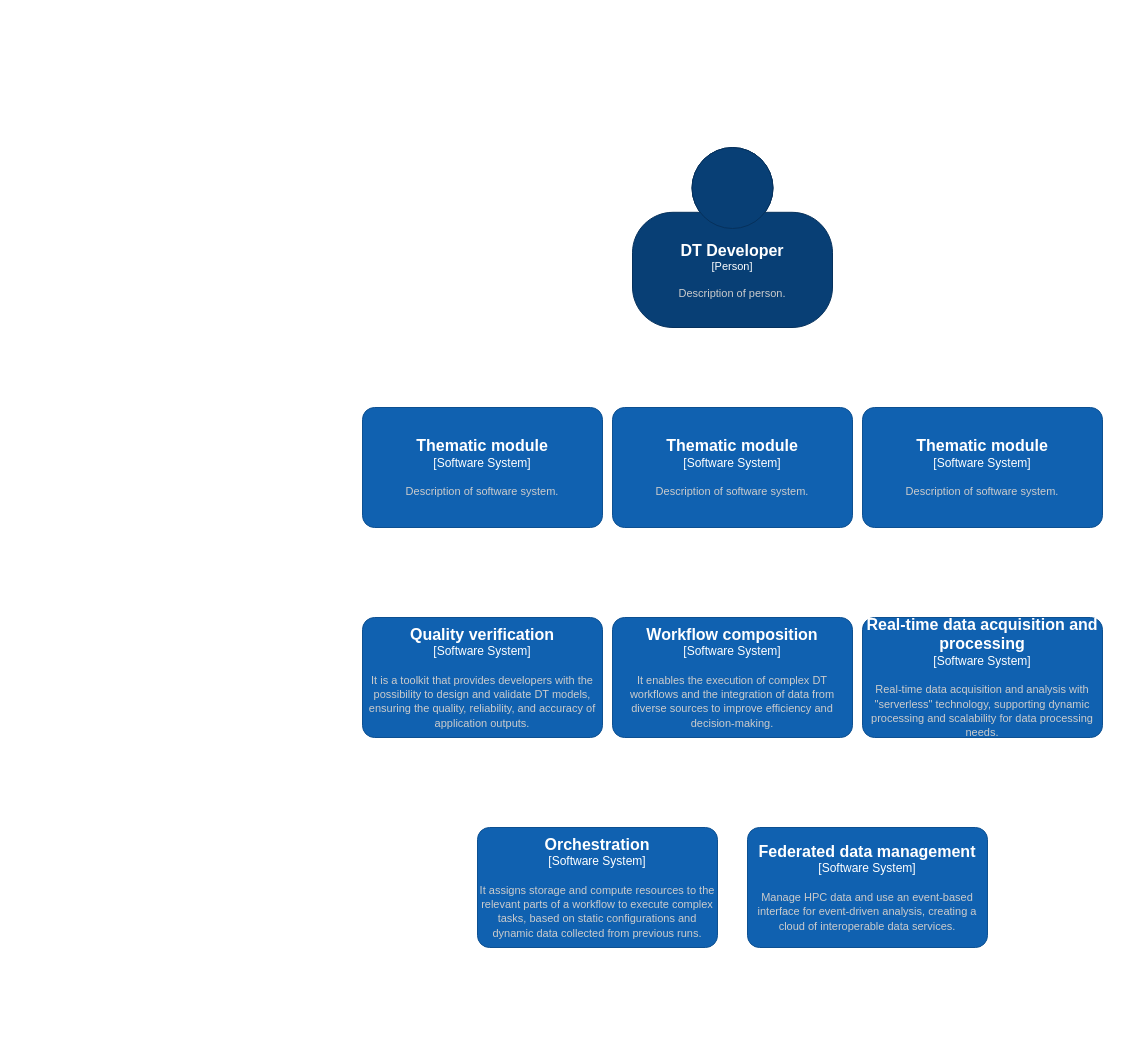
The draw.io diagram page "Proposal" (2 of 4) of DTE/drawio/DTE.drawio in interTwin-eu/architecture-diagrams, before the edit. Source tidied: cells renumbered, new cells numbered last; positions are measured from the earlier drawing's top-left corner, leaving out a move shared by most shapes. Both pictures are drawn from the tidied source at 100%, with x=0, y=0 at pixel (362, 147).
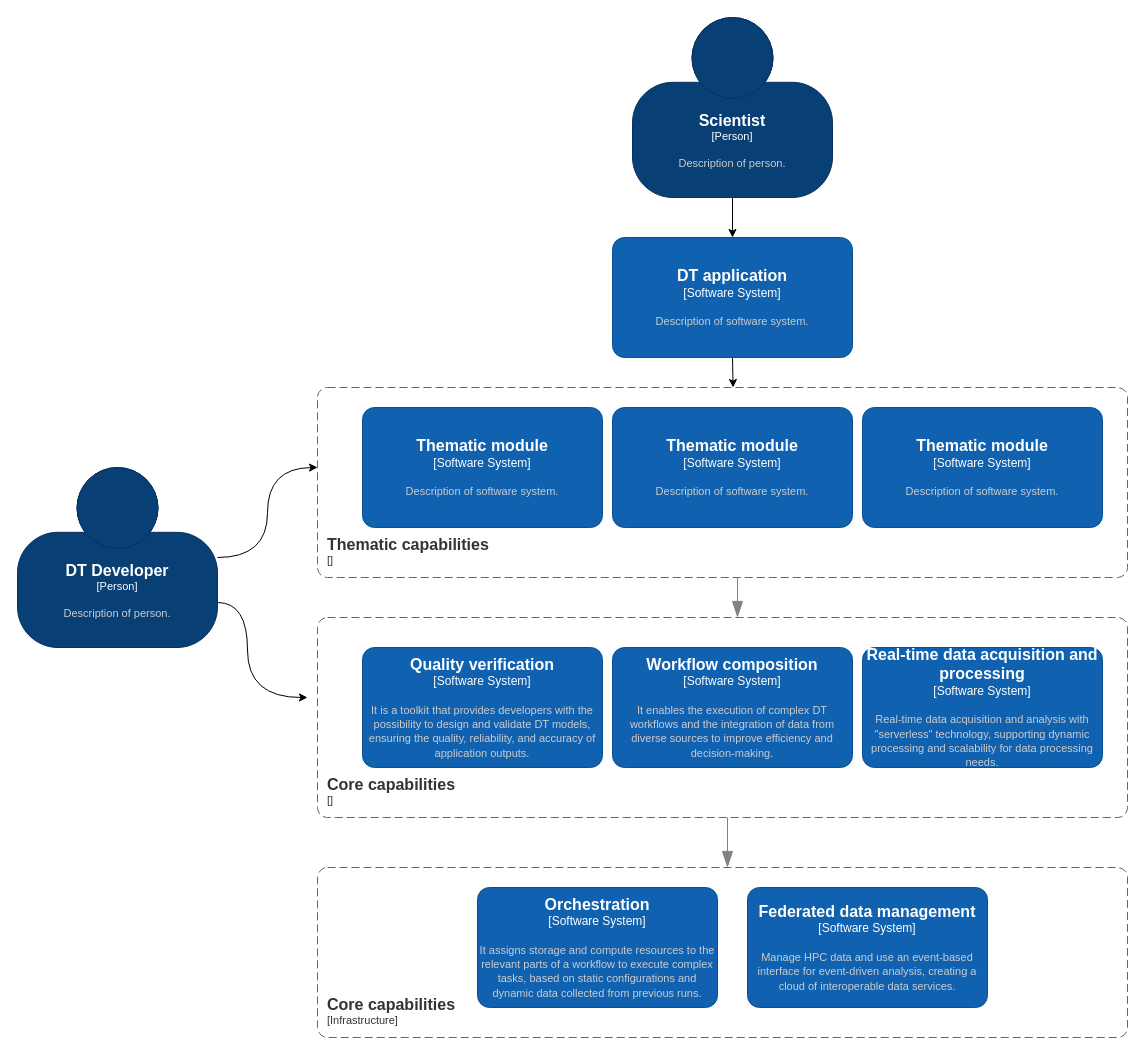
The same page after the edit.

Change to the diagram source:
```diff
@@
+    <mxCell id="11" style="edgeStyle=orthogonalEdgeStyle;html=1;exitX=1;exitY=0.5;exitDx=0;exitDy=0;exitPerimeter=0;curved=1;" parent="1" edge="1" source="5">
+      <mxGeometry relative="1" as="geometry">
+        <mxPoint x="-45" y="320" as="targetPoint" />
+      </mxGeometry>
+    </mxCell>
+    <mxCell id="12" style="edgeStyle=orthogonalEdgeStyle;curved=1;html=1;exitX=1;exitY=0.75;exitDx=0;exitDy=0;exitPerimeter=0;" parent="1" edge="1" source="5">
+      <mxGeometry relative="1" as="geometry">
+        <mxPoint x="-55" y="550" as="targetPoint" />
+        <Array as="points">
+          <mxPoint x="-115" y="455" />
+          <mxPoint x="-115" y="550" />
+        </Array>
+      </mxGeometry>
+    </mxCell>
     <object id="5" label="&lt;font style=&quot;font-size: 16px&quot;&gt;&lt;b&gt;%c4Name%&lt;/b&gt;&lt;/font&gt;&lt;div&gt;[%c4Type%]&lt;/div&gt;&lt;br&gt;&lt;div&gt;&lt;font style=&quot;font-size: 11px&quot;&gt;&lt;font color=&quot;#cccccc&quot;&gt;%c4Description%&lt;/font&gt;&lt;/div&gt;" c4Description="Description of person." c4Name="DT Developer" c4Type="Person" placeholders="1">
       <mxCell style="html=1;fontSize=11;dashed=0;whiteSpace=wrap;fillColor=#083F75;strokeColor=#06315C;fontColor=#ffffff;shape=mxgraph.c4.person2;align=center;points=[[0.5,0,0],[1,0.5,0],[1,0.75,0],[0.75,1,0],[0.5,1,0],[0.25,1,0],[0,0.75,0],[0,0.5,0]];" parent="1" vertex="1">
-        <mxGeometry x="270" width="200" height="180" as="geometry" />
+        <mxGeometry x="-345" y="320" width="200" height="180" as="geometry" />
       </mxCell>
     </object>
+    <mxCell id="13" style="edgeStyle=none;html=1;exitX=0.5;exitY=1;exitDx=0;exitDy=0;exitPerimeter=0;entryX=0.5;entryY=0;entryDx=0;entryDy=0;entryPerimeter=0;" parent="1" edge="1" source="14" target="16">
+      <mxGeometry relative="1" as="geometry" />
+    </mxCell>
+    <object id="14" label="&lt;font style=&quot;font-size: 16px&quot;&gt;&lt;b&gt;%c4Name%&lt;/b&gt;&lt;/font&gt;&lt;div&gt;[%c4Type%]&lt;/div&gt;&lt;br&gt;&lt;div&gt;&lt;font style=&quot;font-size: 11px&quot;&gt;&lt;font color=&quot;#cccccc&quot;&gt;%c4Description%&lt;/font&gt;&lt;/div&gt;" c4Description="Description of person." c4Name="Scientist" c4Type="Person" placeholders="1">
+      <mxCell style="html=1;fontSize=11;dashed=0;whiteSpace=wrap;fillColor=#083F75;strokeColor=#06315C;fontColor=#ffffff;shape=mxgraph.c4.person2;align=center;points=[[0.5,0,0],[1,0.5,0],[1,0.75,0],[0.75,1,0],[0.5,1,0],[0.25,1,0],[0,0.75,0],[0,0.5,0]];" parent="1" vertex="1">
+        <mxGeometry x="270" y="-130" width="200" height="180" as="geometry" />
+      </mxCell>
+    </object>
+    <mxCell id="15" style="edgeStyle=none;html=1;exitX=0.5;exitY=1;exitDx=0;exitDy=0;exitPerimeter=0;" parent="1" edge="1" source="16">
+      <mxGeometry relative="1" as="geometry">
+        <mxPoint x="370.6" y="240" as="targetPoint" />
+      </mxGeometry>
+    </mxCell>
+    <object id="16" label="&lt;font style=&quot;font-size: 16px&quot;&gt;&lt;b&gt;%c4Name%&lt;/b&gt;&lt;/font&gt;&lt;div&gt;[%c4Type%]&lt;/div&gt;&lt;br&gt;&lt;div&gt;&lt;font style=&quot;font-size: 11px&quot;&gt;&lt;font color=&quot;#cccccc&quot;&gt;%c4Description%&lt;/font&gt;&lt;/div&gt;" c4Description="Description of software system." c4Name="DT application" c4Type="Software System" placeholders="1">
+      <mxCell style="rounded=1;whiteSpace=wrap;html=1;labelBackgroundColor=none;fillColor=#1061B0;fontColor=#ffffff;align=center;arcSize=10;strokeColor=#0D5091;points=[[0.25,0,0],[0.5,0,0],[0.75,0,0],[1,0.25,0],[1,0.5,0],[1,0.75,0],[0.75,1,0],[0.5,1,0],[0.25,1,0],[0,0.75,0],[0,0.5,0],[0,0.25,0]];" parent="1" vertex="1">
+        <mxGeometry x="250" y="90" width="240" height="120" as="geometry" />
+      </mxCell>
+    </object>
+    <object id="17" label="&lt;font style=&quot;font-size: 16px&quot;&gt;&lt;b&gt;&lt;div style=&quot;text-align: left&quot;&gt;%c4Name%&lt;/div&gt;&lt;/b&gt;&lt;/font&gt;&lt;div style=&quot;text-align: left&quot;&gt;[%c4Application%]&lt;/div&gt;" c4Application="" c4Name="Thematic capabilities" placeholders="1">
+      <mxCell style="rounded=1;fontSize=11;whiteSpace=wrap;html=1;dashed=1;arcSize=20;fillColor=none;strokeColor=#666666;fontColor=#333333;labelBackgroundColor=none;align=left;verticalAlign=bottom;labelBorderColor=none;spacingTop=0;spacing=10;dashPattern=8 4;perimeter=rectanglePerimeter;noLabel=0;labelPadding=0;absoluteArcSize=1;" parent="1" vertex="1">
+        <mxGeometry x="-45" y="240" width="810" height="190" as="geometry" />
+      </mxCell>
+    </object>
+    <mxCell id="18" style="endArrow=blockThin;html=1;fontSize=10;fontColor=#404040;strokeWidth=1;endFill=1;strokeColor=#828282;elbow=vertical;endSize=14;startSize=14;jumpStyle=arc;jumpSize=16;rounded=0;edgeStyle=orthogonalEdgeStyle;" parent="1" edge="1">
+      <mxGeometry relative="1" as="geometry">
+        <mxPoint x="375" y="430" as="sourcePoint" />
+        <mxPoint x="375" y="470" as="targetPoint" />
+      </mxGeometry>
+    </mxCell>
+    <mxCell id="19" style="endArrow=blockThin;html=1;fontSize=10;fontColor=#404040;strokeWidth=1;endFill=1;strokeColor=#828282;elbow=vertical;endSize=14;startSize=14;jumpStyle=arc;jumpSize=16;rounded=0;edgeStyle=orthogonalEdgeStyle;" parent="1" edge="1">
+      <mxGeometry relative="1" as="geometry">
+        <mxPoint x="365" y="670" as="sourcePoint" />
+        <mxPoint x="365" y="720" as="targetPoint" />
+      </mxGeometry>
+    </mxCell>
+    <mxCell id="20" style="group;" parent="1" vertex="1">
+      <mxGeometry x="-45" y="720" width="810" height="170" as="geometry" />
+    </mxCell>
+    <object id="9" label="&lt;font style=&quot;font-size: 16px&quot;&gt;&lt;b&gt;%c4Name%&lt;/b&gt;&lt;/font&gt;&lt;div&gt;[%c4Type%]&lt;/div&gt;&lt;br&gt;&lt;div&gt;&lt;font style=&quot;font-size: 11px&quot;&gt;&lt;font color=&quot;#cccccc&quot;&gt;%c4Description%&lt;/font&gt;&lt;/div&gt;" c4Description="It assigns storage and compute resources to the relevant parts of a workflow to execute complex tasks, based on static configurations and dynamic data collected from previous runs." c4Name="Orchestration" c4Type="Software System" placeholders="1">
+      <mxCell style="rounded=1;whiteSpace=wrap;html=1;labelBackgroundColor=none;fillColor=#1061B0;fontColor=#ffffff;align=center;arcSize=10;strokeColor=#0D5091;" parent="20" vertex="1">
+        <mxGeometry x="160" y="20" width="240" height="120" as="geometry" />
+      </mxCell>
+    </object>
+    <object id="10" label="&lt;font style=&quot;font-size: 16px&quot;&gt;&lt;b&gt;%c4Name%&lt;/b&gt;&lt;/font&gt;&lt;div&gt;[%c4Type%]&lt;/div&gt;&lt;br&gt;&lt;div&gt;&lt;font style=&quot;font-size: 11px&quot;&gt;&lt;font color=&quot;#cccccc&quot;&gt;%c4Description%&lt;/font&gt;&lt;/div&gt;" c4Description="Manage HPC data and use an event-based interface for event-driven analysis, creating a cloud of interoperable data services." c4Name="Federated data management" c4Type="Software System" placeholders="1">
+      <mxCell style="rounded=1;whiteSpace=wrap;html=1;labelBackgroundColor=none;fillColor=#1061B0;fontColor=#ffffff;align=center;arcSize=10;strokeColor=#0D5091;" parent="20" vertex="1">
+        <mxGeometry x="430" y="20" width="240" height="120" as="geometry" />
+      </mxCell>
+    </object>
+    <object id="21" label="&lt;font style=&quot;font-size: 16px&quot;&gt;&lt;b&gt;&lt;div style=&quot;text-align: left&quot;&gt;%c4Name%&lt;/div&gt;&lt;/b&gt;&lt;/font&gt;&lt;div style=&quot;text-align: left&quot;&gt;[%c4Application%]&lt;/div&gt;" c4Application="Infrastructure" c4Name="Core capabilities" placeholders="1">
+      <mxCell style="rounded=1;fontSize=11;whiteSpace=wrap;html=1;dashed=1;arcSize=20;fillColor=none;strokeColor=#666666;fontColor=#333333;labelBackgroundColor=none;align=left;verticalAlign=bottom;labelBorderColor=none;spacingTop=0;spacing=10;dashPattern=8 4;perimeter=rectanglePerimeter;noLabel=0;labelPadding=0;absoluteArcSize=1;" parent="20" vertex="1">
+        <mxGeometry width="810" height="170" as="geometry" />
+      </mxCell>
+    </object>
+    <mxCell id="22" style="group;" parent="1" vertex="1">
+      <mxGeometry x="-45" y="470" width="810" height="200" as="geometry" />
+    </mxCell>
     <object id="6" label="&lt;font style=&quot;font-size: 16px&quot;&gt;&lt;b&gt;%c4Name%&lt;/b&gt;&lt;/font&gt;&lt;div&gt;[%c4Type%]&lt;/div&gt;&lt;br&gt;&lt;div&gt;&lt;font style=&quot;font-size: 11px&quot;&gt;&lt;font color=&quot;#cccccc&quot;&gt;%c4Description%&lt;/font&gt;&lt;/div&gt;" c4Description="It is a toolkit that provides developers with the possibility to design and validate DT models, ensuring the quality, reliability, and accuracy of application outputs." c4Name="Quality verification" c4Type="Software System" placeholders="1">
-      <mxCell style="rounded=1;whiteSpace=wrap;html=1;labelBackgroundColor=none;fillColor=#1061B0;fontColor=#ffffff;align=center;arcSize=10;strokeColor=#0D5091;" parent="1" vertex="1">
-        <mxGeometry y="470" width="240" height="120" as="geometry" />
+      <mxCell style="rounded=1;whiteSpace=wrap;html=1;labelBackgroundColor=none;fillColor=#1061B0;fontColor=#ffffff;align=center;arcSize=10;strokeColor=#0D5091;" parent="22" vertex="1">
+        <mxGeometry x="45" y="30" width="240" height="120" as="geometry" />
       </mxCell>
     </object>
     <object id="7" label="&lt;font style=&quot;font-size: 16px&quot;&gt;&lt;b&gt;%c4Name%&lt;/b&gt;&lt;/font&gt;&lt;div&gt;[%c4Type%]&lt;/div&gt;&lt;br&gt;&lt;div&gt;&lt;font style=&quot;font-size: 11px&quot;&gt;&lt;font color=&quot;#cccccc&quot;&gt;%c4Description%&lt;/font&gt;&lt;/div&gt;" c4Description="It enables the execution of complex DT workflows and the integration of data from diverse sources to improve efficiency and decision-making." c4Name="Workflow composition" c4Type="Software System" placeholders="1">
-      <mxCell style="rounded=1;whiteSpace=wrap;html=1;labelBackgroundColor=none;fillColor=#1061B0;fontColor=#ffffff;align=center;arcSize=10;strokeColor=#0D5091;" parent="1" vertex="1">
-        <mxGeometry x="250" y="470" width="240" height="120" as="geometry" />
+      <mxCell style="rounded=1;whiteSpace=wrap;html=1;labelBackgroundColor=none;fillColor=#1061B0;fontColor=#ffffff;align=center;arcSize=10;strokeColor=#0D5091;" parent="22" vertex="1">
+        <mxGeometry x="295" y="30" width="240" height="120" as="geometry" />
       </mxCell>
     </object>
     <object id="8" label="&lt;font style=&quot;font-size: 16px&quot;&gt;&lt;b&gt;%c4Name%&lt;/b&gt;&lt;/font&gt;&lt;div&gt;[%c4Type%]&lt;/div&gt;&lt;br&gt;&lt;div&gt;&lt;font style=&quot;font-size: 11px&quot;&gt;&lt;font color=&quot;#cccccc&quot;&gt;%c4Description%&lt;/font&gt;&lt;/div&gt;" c4Description="Real-time data acquisition and analysis with &quot;serverless&quot; technology, supporting dynamic processing and scalability for data processing needs." c4Name="Real-time data acquisition and processing" c4Type="Software System" placeholders="1">
-      <mxCell style="rounded=1;whiteSpace=wrap;html=1;labelBackgroundColor=none;fillColor=#1061B0;fontColor=#ffffff;align=center;arcSize=10;strokeColor=#0D5091;" parent="1" vertex="1">
-        <mxGeometry x="500" y="470" width="240" height="120" as="geometry" />
+      <mxCell style="rounded=1;whiteSpace=wrap;html=1;labelBackgroundColor=none;fillColor=#1061B0;fontColor=#ffffff;align=center;arcSize=10;strokeColor=#0D5091;" parent="22" vertex="1">
+        <mxGeometry x="545" y="30" width="240" height="120" as="geometry" />
       </mxCell>
     </object>
-    <object id="9" label="&lt;font style=&quot;font-size: 16px&quot;&gt;&lt;b&gt;%c4Name%&lt;/b&gt;&lt;/font&gt;&lt;div&gt;[%c4Type%]&lt;/div&gt;&lt;br&gt;&lt;div&gt;&lt;font style=&quot;font-size: 11px&quot;&gt;&lt;font color=&quot;#cccccc&quot;&gt;%c4Description%&lt;/font&gt;&lt;/div&gt;" c4Description="It assigns storage and compute resources to the relevant parts of a workflow to execute complex tasks, based on static configurations and dynamic data collected from previous runs." c4Name="Orchestration" c4Type="Software System" placeholders="1">
-      <mxCell style="rounded=1;whiteSpace=wrap;html=1;labelBackgroundColor=none;fillColor=#1061B0;fontColor=#ffffff;align=center;arcSize=10;strokeColor=#0D5091;" parent="1" vertex="1">
-        <mxGeometry x="115" y="680" width="240" height="120" as="geometry" />
-      </mxCell>
-    </object>
-    <object id="10" label="&lt;font style=&quot;font-size: 16px&quot;&gt;&lt;b&gt;%c4Name%&lt;/b&gt;&lt;/font&gt;&lt;div&gt;[%c4Type%]&lt;/div&gt;&lt;br&gt;&lt;div&gt;&lt;font style=&quot;font-size: 11px&quot;&gt;&lt;font color=&quot;#cccccc&quot;&gt;%c4Description%&lt;/font&gt;&lt;/div&gt;" c4Description="Manage HPC data and use an event-based interface for event-driven analysis, creating a cloud of interoperable data services." c4Name="Federated data management" c4Type="Software System" placeholders="1">
-      <mxCell style="rounded=1;whiteSpace=wrap;html=1;labelBackgroundColor=none;fillColor=#1061B0;fontColor=#ffffff;align=center;arcSize=10;strokeColor=#0D5091;" parent="1" vertex="1">
-        <mxGeometry x="385" y="680" width="240" height="120" as="geometry" />
-      </mxCell>
-    </object>
+    <object id="23" label="&lt;font style=&quot;font-size: 16px&quot;&gt;&lt;b&gt;&lt;div style=&quot;text-align: left&quot;&gt;%c4Name%&lt;/div&gt;&lt;/b&gt;&lt;/font&gt;&lt;div style=&quot;text-align: left&quot;&gt;[%c4Application%]&lt;/div&gt;" c4Application="" c4Name="Core capabilities" placeholders="1">
+      <mxCell style="rounded=1;fontSize=11;whiteSpace=wrap;html=1;dashed=1;arcSize=20;fillColor=none;strokeColor=#666666;fontColor=#333333;labelBackgroundColor=none;align=left;verticalAlign=bottom;labelBorderColor=none;spacingTop=0;spacing=10;dashPattern=8 4;perimeter=rectanglePerimeter;noLabel=0;labelPadding=0;absoluteArcSize=1;" parent="22" vertex="1">
+        <mxGeometry width="810" height="200" as="geometry" />
+      </mxCell>
+    </object>
```
